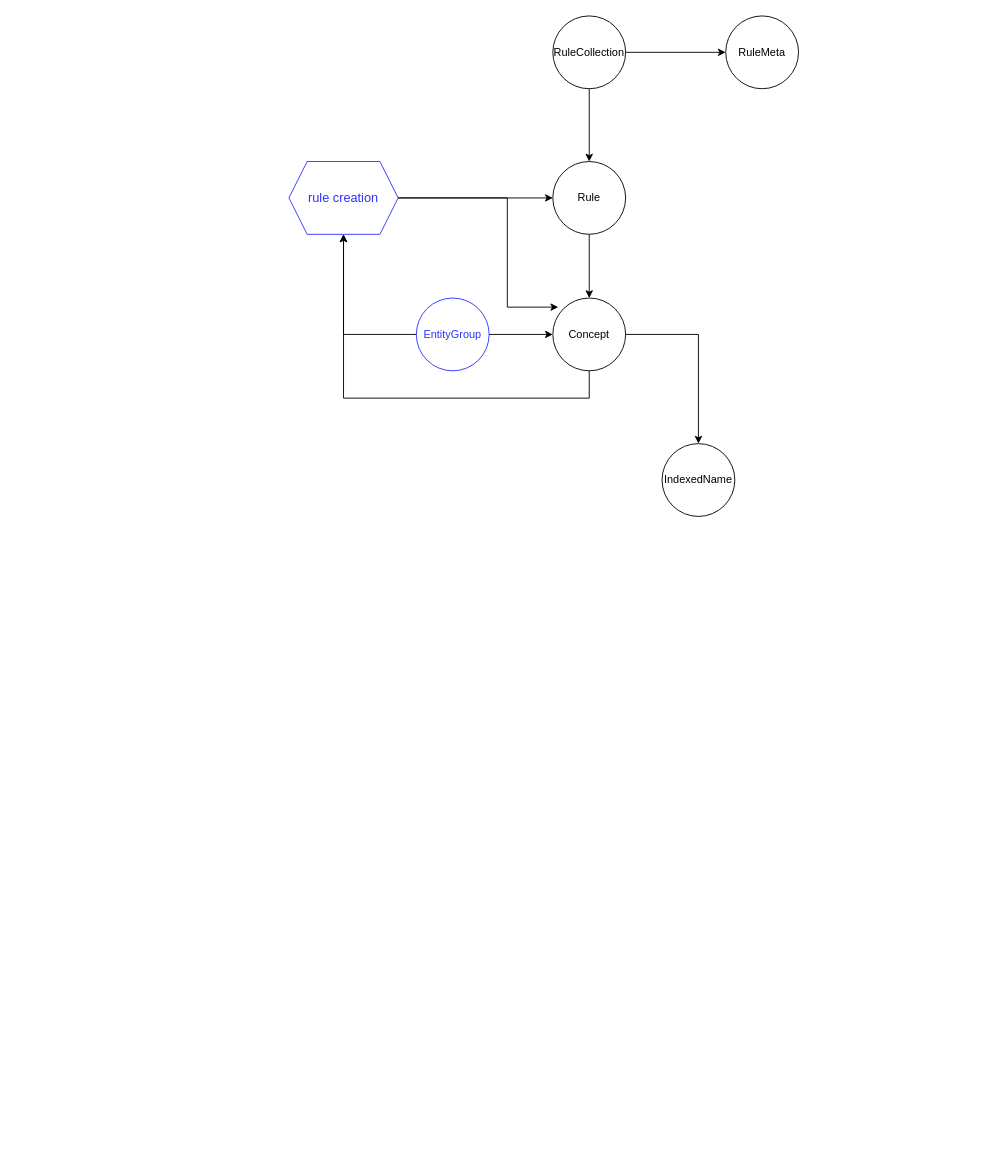
XiaoLiuAI/diagrams keeps this draw.io diagram as elverse-neo4j-topology.drawio. Above is the earlier version. Source tidied: cells renumbered, new cells numbered last; positions are measured from the earlier drawing's top-left corner, leaving out a move shared by most shapes. Both pictures are drawn from the tidied source at 91%, with x=0, y=0 at pixel (288, 15).
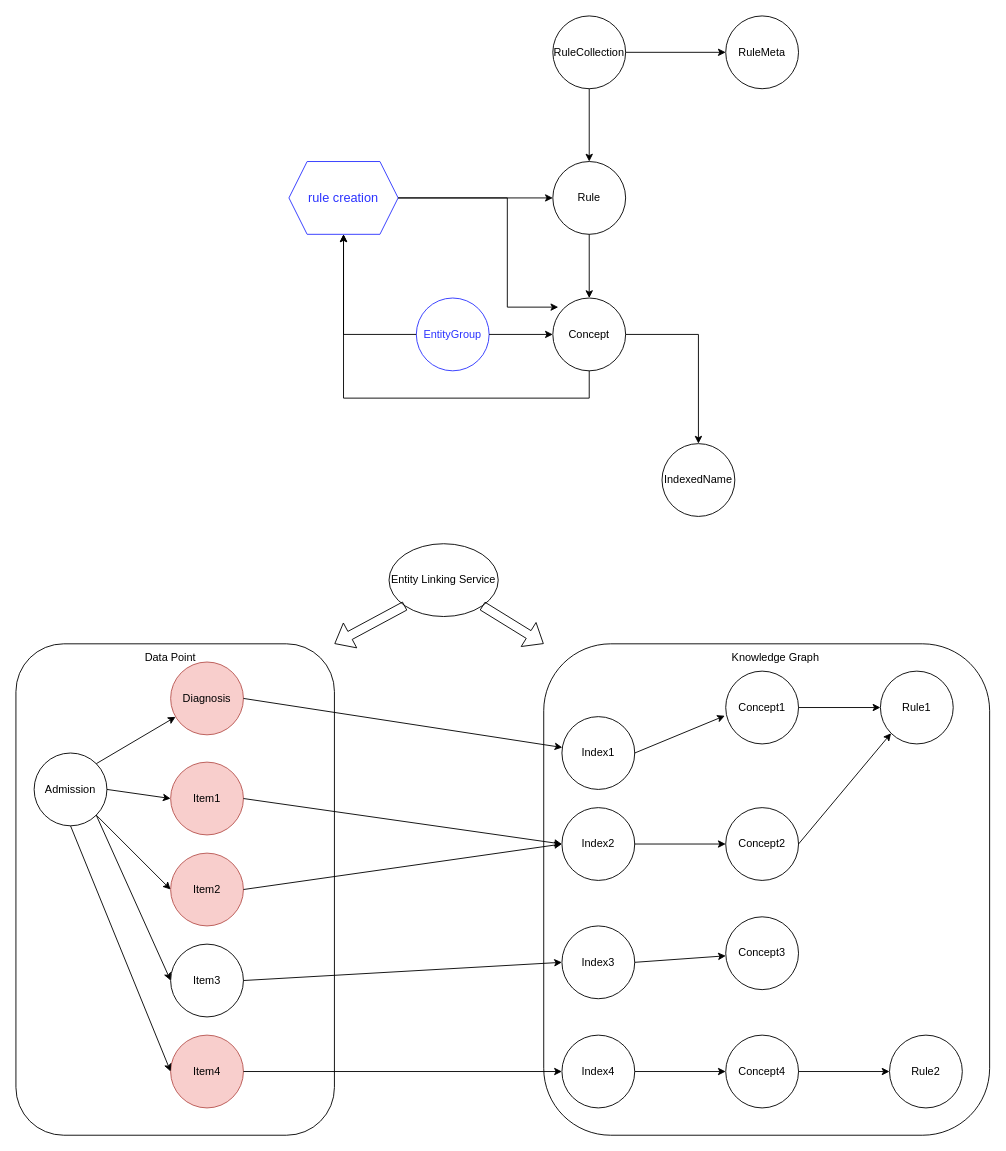
The same diagram, later.

Change to the diagram source:
```diff
@@
+    <mxCell id="18" style="rounded=1;whiteSpace=wrap;html=1;" parent="1" vertex="1">
+      <mxGeometry x="-300" y="690" width="350" height="540" as="geometry" />
+    </mxCell>
+    <mxCell id="19" style="rounded=1;whiteSpace=wrap;html=1;" parent="1" vertex="1">
+      <mxGeometry x="280" y="690" width="490" height="540" as="geometry" />
+    </mxCell>
@@
+    <mxCell id="20" value="Admission" style="ellipse;whiteSpace=wrap;html=1;" parent="1" vertex="1">
+      <mxGeometry x="-280" y="810" width="80" height="80" as="geometry" />
+    </mxCell>
+    <mxCell id="21" value="Diagnosis" style="ellipse;whiteSpace=wrap;html=1;fillColor=#f8cecc;strokeColor=#b85450;" parent="1" vertex="1">
+      <mxGeometry x="-130" y="710" width="80" height="80" as="geometry" />
+    </mxCell>
+    <mxCell id="22" value="Item1" style="ellipse;whiteSpace=wrap;html=1;fillColor=#f8cecc;strokeColor=#b85450;" parent="1" vertex="1">
+      <mxGeometry x="-130" y="820" width="80" height="80" as="geometry" />
+    </mxCell>
+    <mxCell id="23" value="Item2" style="ellipse;whiteSpace=wrap;html=1;fillColor=#f8cecc;strokeColor=#b85450;" parent="1" vertex="1">
+      <mxGeometry x="-130" y="920" width="80" height="80" as="geometry" />
+    </mxCell>
+    <mxCell id="24" value="Item3" style="ellipse;whiteSpace=wrap;html=1;" parent="1" vertex="1">
+      <mxGeometry x="-130" y="1020" width="80" height="80" as="geometry" />
+    </mxCell>
+    <mxCell id="25" value="Item4" style="ellipse;whiteSpace=wrap;html=1;fillColor=#f8cecc;strokeColor=#b85450;" parent="1" vertex="1">
+      <mxGeometry x="-130" y="1120" width="80" height="80" as="geometry" />
+    </mxCell>
+    <mxCell id="26" style="endArrow=classic;html=1;rounded=0;exitX=1;exitY=0.5;exitDx=0;exitDy=0;" parent="1" edge="1" source="21" target="27">
+      <mxGeometry relative="1" as="geometry" />
+    </mxCell>
+    <mxCell id="27" value="Index1" style="ellipse;whiteSpace=wrap;html=1;" parent="1" vertex="1">
+      <mxGeometry x="300" y="770" width="80" height="80" as="geometry" />
+    </mxCell>
+    <mxCell id="28" value="Index2" style="ellipse;whiteSpace=wrap;html=1;" parent="1" vertex="1">
+      <mxGeometry x="300" y="870" width="80" height="80" as="geometry" />
+    </mxCell>
+    <mxCell id="29" style="endArrow=classic;html=1;rounded=0;exitX=1;exitY=0.5;exitDx=0;exitDy=0;entryX=0;entryY=0.5;entryDx=0;entryDy=0;" parent="1" edge="1" source="22" target="28">
+      <mxGeometry relative="1" as="geometry" />
+    </mxCell>
+    <mxCell id="30" style="endArrow=classic;html=1;rounded=0;exitX=1;exitY=0.5;exitDx=0;exitDy=0;entryX=0;entryY=0.5;entryDx=0;entryDy=0;" parent="1" edge="1" source="23" target="28">
+      <mxGeometry relative="1" as="geometry" />
+    </mxCell>
+    <mxCell id="31" value="Index3" style="ellipse;whiteSpace=wrap;html=1;" parent="1" vertex="1">
+      <mxGeometry x="300" y="1000" width="80" height="80" as="geometry" />
+    </mxCell>
+    <mxCell id="32" style="endArrow=classic;html=1;rounded=0;exitX=1;exitY=0.5;exitDx=0;exitDy=0;entryX=0;entryY=0.5;entryDx=0;entryDy=0;" parent="1" edge="1" source="24" target="31">
+      <mxGeometry relative="1" as="geometry" />
+    </mxCell>
+    <mxCell id="33" value="Index4" style="ellipse;whiteSpace=wrap;html=1;" parent="1" vertex="1">
+      <mxGeometry x="300" y="1120" width="80" height="80" as="geometry" />
+    </mxCell>
+    <mxCell id="34" style="endArrow=classic;html=1;rounded=0;exitX=1;exitY=0.5;exitDx=0;exitDy=0;entryX=0;entryY=0.5;entryDx=0;entryDy=0;" parent="1" edge="1" source="25" target="33">
+      <mxGeometry relative="1" as="geometry" />
+    </mxCell>
+    <mxCell id="35" value="Concept1" style="ellipse;whiteSpace=wrap;html=1;" parent="1" vertex="1">
+      <mxGeometry x="480" y="720" width="80" height="80" as="geometry" />
+    </mxCell>
+    <mxCell id="36" value="Concept2" style="ellipse;whiteSpace=wrap;html=1;" parent="1" vertex="1">
+      <mxGeometry x="480" y="870" width="80" height="80" as="geometry" />
+    </mxCell>
+    <mxCell id="37" value="Concept3" style="ellipse;whiteSpace=wrap;html=1;" parent="1" vertex="1">
+      <mxGeometry x="480" y="990" width="80" height="80" as="geometry" />
+    </mxCell>
+    <mxCell id="38" value="Concept4" style="ellipse;whiteSpace=wrap;html=1;" parent="1" vertex="1">
+      <mxGeometry x="480" y="1120" width="80" height="80" as="geometry" />
+    </mxCell>
+    <mxCell id="39" style="endArrow=classic;html=1;rounded=0;exitX=1;exitY=0.5;exitDx=0;exitDy=0;entryX=0;entryY=0.5;entryDx=0;entryDy=0;" parent="1" edge="1" source="28" target="36">
+      <mxGeometry relative="1" as="geometry" />
+    </mxCell>
+    <mxCell id="40" style="endArrow=classic;html=1;rounded=0;exitX=1;exitY=0.5;exitDx=0;exitDy=0;entryX=-0.012;entryY=0.613;entryDx=0;entryDy=0;entryPerimeter=0;" parent="1" edge="1" source="27" target="35">
+      <mxGeometry relative="1" as="geometry" />
+    </mxCell>
+    <mxCell id="41" style="endArrow=classic;html=1;rounded=0;exitX=1;exitY=0;exitDx=0;exitDy=0;" parent="1" edge="1" source="20" target="21">
+      <mxGeometry relative="1" as="geometry" />
+    </mxCell>
+    <mxCell id="42" style="endArrow=classic;html=1;rounded=0;exitX=1;exitY=0.5;exitDx=0;exitDy=0;entryX=0;entryY=0.5;entryDx=0;entryDy=0;" parent="1" edge="1" source="20" target="22">
+      <mxGeometry relative="1" as="geometry" />
+    </mxCell>
+    <mxCell id="43" style="endArrow=classic;html=1;rounded=0;exitX=1;exitY=1;exitDx=0;exitDy=0;entryX=0;entryY=0.5;entryDx=0;entryDy=0;" parent="1" edge="1" source="20" target="23">
+      <mxGeometry relative="1" as="geometry" />
+    </mxCell>
+    <mxCell id="44" style="endArrow=classic;html=1;rounded=0;exitX=1;exitY=1;exitDx=0;exitDy=0;entryX=0;entryY=0.5;entryDx=0;entryDy=0;" parent="1" edge="1" source="20" target="24">
+      <mxGeometry relative="1" as="geometry" />
+    </mxCell>
+    <mxCell id="45" style="endArrow=classic;html=1;rounded=0;exitX=0.5;exitY=1;exitDx=0;exitDy=0;entryX=0;entryY=0.5;entryDx=0;entryDy=0;" parent="1" edge="1" source="20" target="25">
+      <mxGeometry relative="1" as="geometry" />
+    </mxCell>
+    <mxCell id="46" value="Rule1" style="ellipse;whiteSpace=wrap;html=1;" parent="1" vertex="1">
+      <mxGeometry x="650" y="720" width="80" height="80" as="geometry" />
+    </mxCell>
+    <mxCell id="47" value="Rule2" style="ellipse;whiteSpace=wrap;html=1;" parent="1" vertex="1">
+      <mxGeometry x="660" y="1120" width="80" height="80" as="geometry" />
+    </mxCell>
+    <mxCell id="48" style="endArrow=classic;html=1;rounded=0;exitX=1;exitY=0.5;exitDx=0;exitDy=0;" parent="1" edge="1" source="31" target="37">
+      <mxGeometry relative="1" as="geometry" />
+    </mxCell>
+    <mxCell id="49" style="endArrow=classic;html=1;rounded=0;exitX=1;exitY=0.5;exitDx=0;exitDy=0;entryX=0;entryY=0.5;entryDx=0;entryDy=0;" parent="1" edge="1" source="33" target="38">
+      <mxGeometry relative="1" as="geometry" />
+    </mxCell>
+    <mxCell id="50" style="endArrow=classic;html=1;rounded=0;exitX=1;exitY=0.5;exitDx=0;exitDy=0;entryX=0;entryY=0.5;entryDx=0;entryDy=0;" parent="1" edge="1" source="35" target="46">
+      <mxGeometry relative="1" as="geometry" />
+    </mxCell>
+    <mxCell id="51" style="endArrow=classic;html=1;rounded=0;entryX=0;entryY=1;entryDx=0;entryDy=0;" parent="1" edge="1" target="46">
+      <mxGeometry relative="1" as="geometry">
+        <mxPoint x="560" y="910" as="sourcePoint" />
+      </mxGeometry>
+    </mxCell>
+    <mxCell id="52" style="endArrow=classic;html=1;rounded=0;exitX=1;exitY=0.5;exitDx=0;exitDy=0;entryX=0;entryY=0.5;entryDx=0;entryDy=0;" parent="1" edge="1" source="38" target="47">
+      <mxGeometry relative="1" as="geometry" />
+    </mxCell>
+    <mxCell id="53" value="Knowledge Graph" style="text;html=1;strokeColor=none;fillColor=none;align=center;verticalAlign=middle;whiteSpace=wrap;rounded=0;" parent="1" vertex="1">
+      <mxGeometry x="465" y="690" width="140" height="30" as="geometry" />
+    </mxCell>
+    <mxCell id="54" value="Data Point" style="text;html=1;strokeColor=none;fillColor=none;align=center;verticalAlign=middle;whiteSpace=wrap;rounded=0;" parent="1" vertex="1">
+      <mxGeometry x="-200" y="690" width="140" height="30" as="geometry" />
+    </mxCell>
+    <mxCell id="55" value="Entity Linking Service" style="ellipse;whiteSpace=wrap;html=1;" parent="1" vertex="1">
+      <mxGeometry x="110" y="580" width="120" height="80" as="geometry" />
+    </mxCell>
+    <mxCell id="56" style="shape=flexArrow;endArrow=classic;html=1;rounded=0;entryX=1;entryY=0;entryDx=0;entryDy=0;exitX=0;exitY=1;exitDx=0;exitDy=0;" parent="1" edge="1" source="55" target="18">
+      <mxGeometry relative="1" as="geometry" />
+    </mxCell>
+    <mxCell id="57" style="shape=flexArrow;endArrow=classic;html=1;rounded=0;entryX=0;entryY=0;entryDx=0;entryDy=0;exitX=1;exitY=1;exitDx=0;exitDy=0;" parent="1" edge="1" source="55" target="19">
+      <mxGeometry relative="1" as="geometry" />
+    </mxCell>
```
